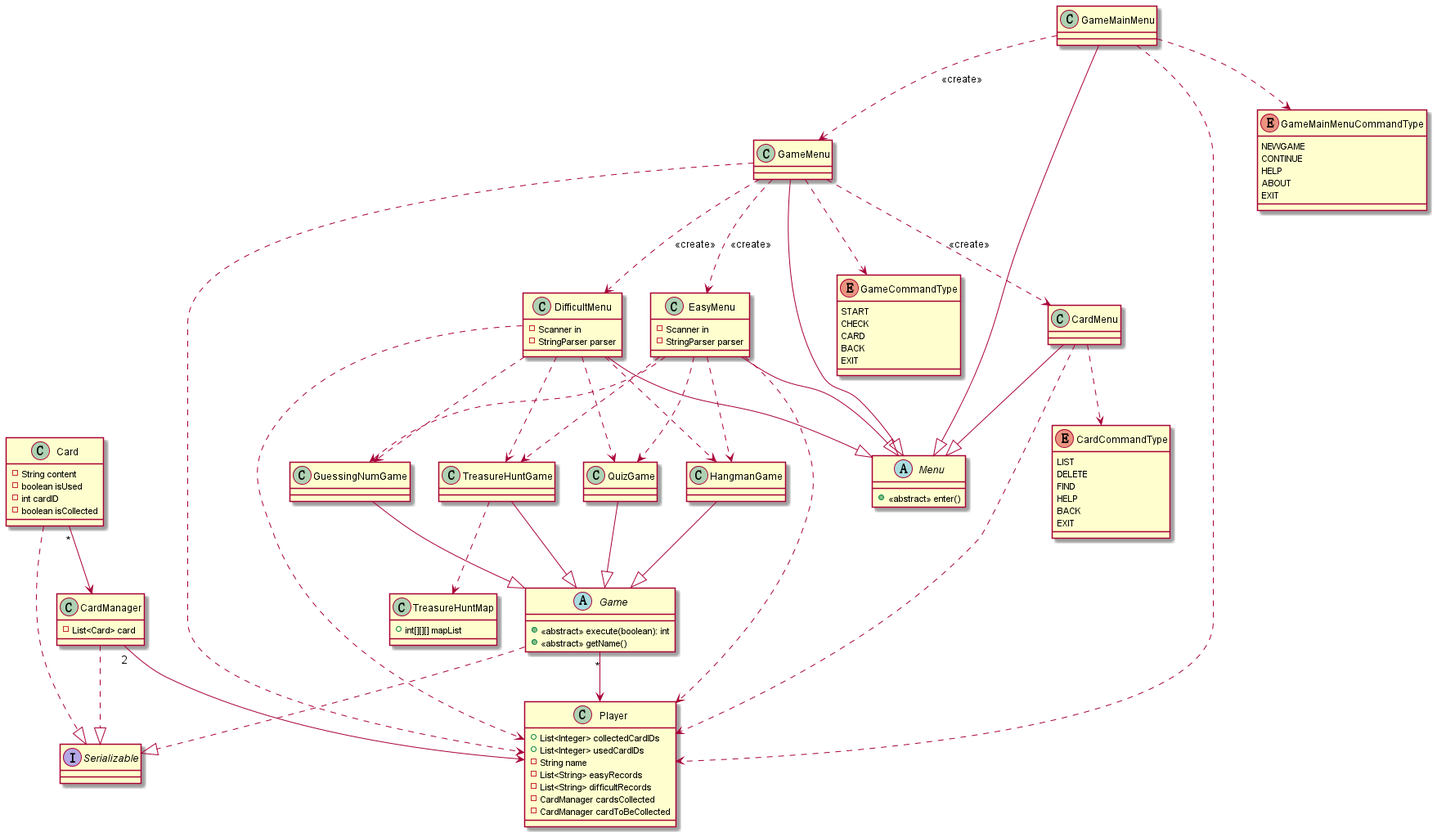
oneScotch/tp keeps this PlantUML diagram as docs/images/WholeClass.png. Above is the earlier version.
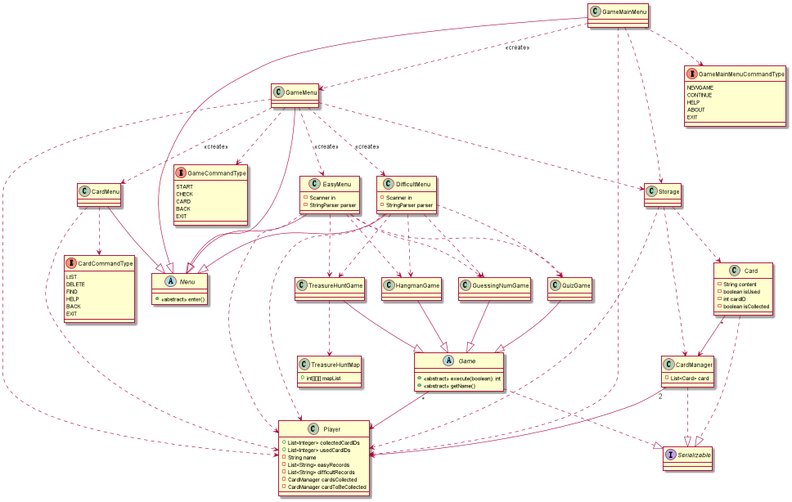
The same diagram one commit later.

Change to the diagram source:
```diff
@@ -32,6 +32,14 @@
 
 abstract class Menu {
 +<<abstract>> enter()
+}
+
+Storage ..> Card
+Storage ..>CardManager
+Storage ..> Player
+GameMenu ..>Storage
+GameMainMenu ..> Storage
+class Storage {
 }
 
 class Card {
```
